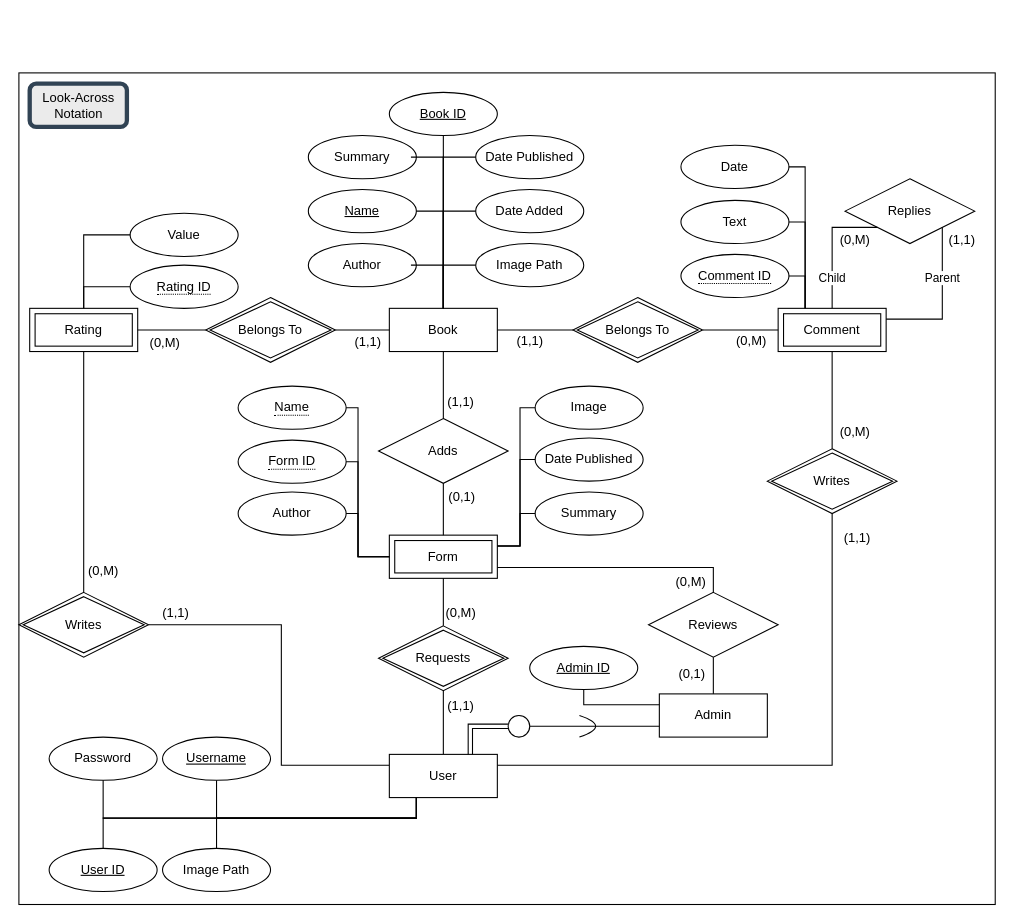
The draw.io diagram BDB ERD.drawio in theinsurgentarchive/BDB, before the edit. Source tidied: cells renumbered, new cells numbered last; positions are measured from the earlier drawing's top-left corner, leaving out a move shared by most shapes. Both pictures are drawn from the tidied source at 108%, with x=0, y=0 at pixel (18, 72).
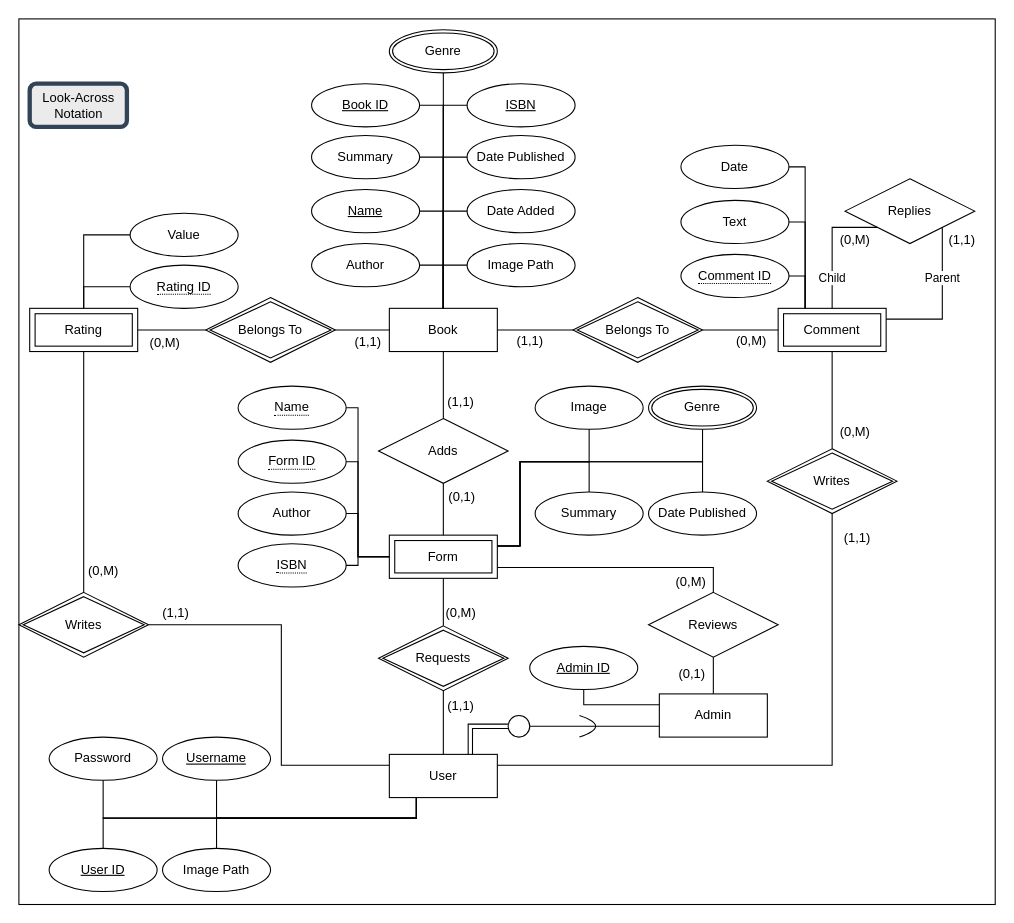
The same page after the edit.

Commit message (it also covers changes not shown here):
Added ISBN to ERD and RM, Added Genre to ERD and RM

The change refers to these unchanged cells:
```xml
<mxCell id="3" value="&lt;div&gt;Book&lt;/div&gt;" style="whiteSpace=wrap;html=1;align=center;" parent="1" vertex="1">
  <mxGeometry x="343" y="218" width="100" height="40" as="geometry" />
</mxCell>
<mxCell id="23" value="Form" style="shape=ext;margin=3;double=1;whiteSpace=wrap;html=1;align=center;" parent="1" vertex="1">
  <mxGeometry x="343" y="428" width="100" height="40" as="geometry" />
</mxCell>
<mxCell id="32" value="Image" style="ellipse;whiteSpace=wrap;html=1;align=center;" parent="1" vertex="1">
  <mxGeometry x="478" y="290" width="100" height="40" as="geometry" />
</mxCell>
<mxCell id="36" value="Summary" style="ellipse;whiteSpace=wrap;html=1;align=center;" parent="1" vertex="1">
  <mxGeometry x="478" y="388" width="100" height="40" as="geometry" />
</mxCell>
```

Change to the diagram source:
```diff
@@
     <mxCell id="2" style="rounded=0;whiteSpace=wrap;html=1;" parent="1" vertex="1">
-      <mxGeometry width="904" height="770" as="geometry" />
+      <mxGeometry y="-50" width="904" height="820" as="geometry" />
     </mxCell>
@@
-    <mxCell id="4" style="edgeStyle=orthogonalEdgeStyle;rounded=0;jettySize=auto;html=1;exitX=1;exitY=0.5;exitDx=0;exitDy=0;entryX=0.5;entryY=0;entryDx=0;entryDy=0;endArrow=none;endFill=0;" parent="1" edge="1" target="3">
-      <mxGeometry relative="1" as="geometry">
-        <mxPoint x="363" y="128" as="sourcePoint" />
-        <Array as="points">
-          <mxPoint x="393" y="128" />
-        </Array>
-      </mxGeometry>
-    </mxCell>
     <mxCell id="5" value="Name" style="ellipse;whiteSpace=wrap;html=1;align=center;fontStyle=4;" parent="1" vertex="1">
-      <mxGeometry x="268" y="108" width="100" height="40" as="geometry" />
+      <mxGeometry x="271" y="108" width="100" height="40" as="geometry" />
     </mxCell>
     <mxCell id="6" value="&lt;div&gt;Author&lt;/div&gt;" style="ellipse;whiteSpace=wrap;html=1;align=center;" parent="1" vertex="1">
-      <mxGeometry x="268" y="158" width="100" height="40" as="geometry" />
+      <mxGeometry x="271" y="158" width="100" height="40" as="geometry" />
     </mxCell>
     <mxCell id="7" value="Date Added" style="ellipse;whiteSpace=wrap;html=1;align=center;" parent="1" vertex="1">
-      <mxGeometry x="423" y="108" width="100" height="40" as="geometry" />
+      <mxGeometry x="415" y="108" width="100" height="40" as="geometry" />
     </mxCell>
-    <mxCell id="8" style="edgeStyle=orthogonalEdgeStyle;rounded=0;jettySize=auto;html=1;exitX=1;exitY=0.5;exitDx=0;exitDy=0;entryX=0.5;entryY=0;entryDx=0;entryDy=0;endArrow=none;endFill=0;" parent="1" edge="1" target="3">
-      <mxGeometry relative="1" as="geometry">
-        <mxPoint x="363" y="178" as="sourcePoint" />
-        <Array as="points">
-          <mxPoint x="393" y="178" />
-        </Array>
-      </mxGeometry>
-    </mxCell>
-    <mxCell id="9" style="edgeStyle=orthogonalEdgeStyle;rounded=0;jettySize=auto;html=1;endArrow=none;endFill=0;entryX=0.5;entryY=0;entryDx=0;entryDy=0;exitX=0;exitY=0.5;exitDx=0;exitDy=0;" parent="1" edge="1" source="7" target="3">
-      <mxGeometry relative="1" as="geometry">
-        <Array as="points">
-          <mxPoint x="393" y="128" />
-        </Array>
-      </mxGeometry>
-    </mxCell>
     <mxCell id="10" value="Image Path" style="ellipse;whiteSpace=wrap;html=1;align=center;" parent="1" vertex="1">
-      <mxGeometry x="423" y="158" width="100" height="40" as="geometry" />
+      <mxGeometry x="415" y="158" width="100" height="40" as="geometry" />
     </mxCell>
@@
     <mxCell id="35" value="Date Published" style="ellipse;whiteSpace=wrap;html=1;align=center;" parent="1" vertex="1">
-      <mxGeometry x="478" y="338" width="100" height="40" as="geometry" />
+      <mxGeometry x="583" y="388" width="100" height="40" as="geometry" />
     </mxCell>
@@
     <mxCell id="37" value="&lt;div&gt;Summary&lt;/div&gt;" style="ellipse;whiteSpace=wrap;html=1;align=center;" parent="1" vertex="1">
-      <mxGeometry x="268" y="58" width="100" height="40" as="geometry" />
+      <mxGeometry x="271" y="58" width="100" height="40" as="geometry" />
     </mxCell>
-    <mxCell id="38" style="endArrow=none;html=1;rounded=0;exitX=0.5;exitY=0;exitDx=0;exitDy=0;entryX=1;entryY=0.5;entryDx=0;entryDy=0;" parent="1" edge="1" source="3">
-      <mxGeometry relative="1" as="geometry">
-        <mxPoint x="363" y="78" as="targetPoint" />
-        <Array as="points">
-          <mxPoint x="393" y="78" />
-        </Array>
-      </mxGeometry>
-    </mxCell>
@@
     <mxCell id="40" value="Date Published" style="ellipse;whiteSpace=wrap;html=1;align=center;" parent="1" vertex="1">
-      <mxGeometry x="423" y="58" width="100" height="40" as="geometry" />
+      <mxGeometry x="415" y="58" width="100" height="40" as="geometry" />
     </mxCell>
-    <mxCell id="41" style="endArrow=none;html=1;rounded=0;exitX=0.5;exitY=0;exitDx=0;exitDy=0;entryX=0;entryY=0.5;entryDx=0;entryDy=0;" parent="1" edge="1" source="3" target="40">
-      <mxGeometry relative="1" as="geometry">
-        <Array as="points">
-          <mxPoint x="393" y="78" />
-        </Array>
-      </mxGeometry>
-    </mxCell>
@@
     <mxCell id="73" value="&lt;div&gt;&lt;u&gt;Book ID&lt;/u&gt;&lt;/div&gt;" style="ellipse;whiteSpace=wrap;html=1;align=center;" parent="1" vertex="1">
-      <mxGeometry x="343" y="18" width="100" height="40" as="geometry" />
+      <mxGeometry x="271" y="10" width="100" height="40" as="geometry" />
     </mxCell>
-    <mxCell id="74" style="endArrow=none;html=1;rounded=0;exitX=0.5;exitY=0;exitDx=0;exitDy=0;entryX=0.5;entryY=1;entryDx=0;entryDy=0;" parent="1" edge="1" source="3" target="73">
-      <mxGeometry relative="1" as="geometry" />
-    </mxCell>
@@
-    <mxCell id="86" style="endArrow=none;html=1;rounded=0;exitX=0.5;exitY=0;exitDx=0;exitDy=0;entryX=0;entryY=0.5;entryDx=0;entryDy=0;" parent="1" edge="1" source="3" target="10">
-      <mxGeometry relative="1" as="geometry">
-        <Array as="points">
-          <mxPoint x="393" y="178" />
-        </Array>
-      </mxGeometry>
-    </mxCell>
@@
-    <mxCell id="93" style="endArrow=none;html=1;rounded=0;exitX=1;exitY=0.25;exitDx=0;exitDy=0;entryX=0;entryY=0.5;entryDx=0;entryDy=0;" parent="1" edge="1" source="23" target="36">
+    <mxCell id="93" style="endArrow=none;html=1;rounded=0;exitX=1;exitY=0.25;exitDx=0;exitDy=0;entryX=0.5;entryY=0;entryDx=0;entryDy=0;" parent="1" edge="1" source="23" target="36">
       <mxGeometry relative="1" as="geometry">
         <Array as="points">
           <mxPoint x="464" y="438" />
-          <mxPoint x="464" y="408" />
+          <mxPoint x="464" y="360" />
+          <mxPoint x="528" y="360" />
         </Array>
       </mxGeometry>
     </mxCell>
-    <mxCell id="94" style="endArrow=none;html=1;rounded=0;exitX=0;exitY=0.5;exitDx=0;exitDy=0;entryX=1;entryY=0.25;entryDx=0;entryDy=0;" parent="1" edge="1" source="32" target="23">
+    <mxCell id="94" style="endArrow=none;html=1;rounded=0;exitX=0.5;exitY=1;exitDx=0;exitDy=0;entryX=1;entryY=0.25;entryDx=0;entryDy=0;" parent="1" edge="1" source="32" target="23">
       <mxGeometry relative="1" as="geometry">
         <Array as="points">
-          <mxPoint x="464" y="310" />
+          <mxPoint x="528" y="360" />
+          <mxPoint x="464" y="360" />
           <mxPoint x="464" y="438" />
         </Array>
       </mxGeometry>
     </mxCell>
-    <mxCell id="95" style="endArrow=none;html=1;rounded=0;exitX=0;exitY=0.5;exitDx=0;exitDy=0;entryX=1;entryY=0.25;entryDx=0;entryDy=0;" parent="1" edge="1" source="35" target="23">
+    <mxCell id="95" style="endArrow=none;html=1;rounded=0;exitX=0.5;exitY=0;exitDx=0;exitDy=0;entryX=1;entryY=0.25;entryDx=0;entryDy=0;" parent="1" edge="1" source="35" target="23">
       <mxGeometry relative="1" as="geometry">
         <Array as="points">
-          <mxPoint x="464" y="358" />
+          <mxPoint x="633" y="360" />
+          <mxPoint x="464" y="360" />
           <mxPoint x="464" y="438" />
         </Array>
       </mxGeometry>
     </mxCell>
@@
+    <mxCell id="100" value="&lt;div&gt;&lt;u&gt;ISBN&lt;/u&gt;&lt;/div&gt;" style="ellipse;whiteSpace=wrap;html=1;align=center;" parent="1" vertex="1">
+      <mxGeometry x="415" y="10" width="100" height="40" as="geometry" />
+    </mxCell>
+    <mxCell id="101" value="&lt;span style=&quot;border-bottom: 1px dotted&quot;&gt;ISBN&lt;/span&gt;" style="ellipse;whiteSpace=wrap;html=1;align=center;" parent="1" vertex="1">
+      <mxGeometry x="203" y="436" width="100" height="40" as="geometry" />
+    </mxCell>
+    <mxCell id="102" style="endArrow=none;html=1;rounded=0;exitX=1;exitY=0.5;exitDx=0;exitDy=0;entryX=0;entryY=0.5;entryDx=0;entryDy=0;" parent="1" edge="1" source="101" target="23">
+      <mxGeometry relative="1" as="geometry">
+        <Array as="points">
+          <mxPoint x="314" y="456" />
+          <mxPoint x="314" y="448" />
+        </Array>
+      </mxGeometry>
+    </mxCell>
+    <mxCell id="103" style="endArrow=none;html=1;rounded=0;exitX=1;exitY=0.5;exitDx=0;exitDy=0;entryX=0.5;entryY=0;entryDx=0;entryDy=0;" parent="1" edge="1" source="73" target="3">
+      <mxGeometry relative="1" as="geometry">
+        <Array as="points">
+          <mxPoint x="393" y="30" />
+        </Array>
+      </mxGeometry>
+    </mxCell>
+    <mxCell id="104" style="endArrow=none;html=1;rounded=0;exitX=0;exitY=0.5;exitDx=0;exitDy=0;entryX=0.5;entryY=0;entryDx=0;entryDy=0;" parent="1" edge="1" source="100" target="3">
+      <mxGeometry relative="1" as="geometry">
+        <Array as="points">
+          <mxPoint x="393" y="30" />
+        </Array>
+      </mxGeometry>
+    </mxCell>
+    <mxCell id="105" style="endArrow=none;html=1;rounded=0;exitX=1;exitY=0.5;exitDx=0;exitDy=0;entryX=0.5;entryY=0;entryDx=0;entryDy=0;" parent="1" edge="1" source="37" target="3">
+      <mxGeometry relative="1" as="geometry">
+        <Array as="points">
+          <mxPoint x="393" y="78" />
+        </Array>
+      </mxGeometry>
+    </mxCell>
+    <mxCell id="106" style="endArrow=none;html=1;rounded=0;exitX=0;exitY=0.5;exitDx=0;exitDy=0;entryX=0.5;entryY=0;entryDx=0;entryDy=0;" parent="1" edge="1" source="40" target="3">
+      <mxGeometry relative="1" as="geometry">
+        <Array as="points">
+          <mxPoint x="393" y="78" />
+        </Array>
+      </mxGeometry>
+    </mxCell>
+    <mxCell id="107" style="endArrow=none;html=1;rounded=0;exitX=1;exitY=0.5;exitDx=0;exitDy=0;entryX=0.5;entryY=0;entryDx=0;entryDy=0;" parent="1" edge="1" source="5" target="3">
+      <mxGeometry relative="1" as="geometry">
+        <Array as="points">
+          <mxPoint x="393" y="128" />
+        </Array>
+      </mxGeometry>
+    </mxCell>
+    <mxCell id="9" style="endArrow=none;html=1;rounded=0;exitX=0;exitY=0.5;exitDx=0;exitDy=0;entryX=0.5;entryY=0;entryDx=0;entryDy=0;" parent="1" edge="1" source="7" target="3">
+      <mxGeometry relative="1" as="geometry">
+        <Array as="points">
+          <mxPoint x="393" y="128" />
+        </Array>
+      </mxGeometry>
+    </mxCell>
+    <mxCell id="108" style="endArrow=none;html=1;rounded=0;exitX=0;exitY=0.5;exitDx=0;exitDy=0;entryX=0.5;entryY=0;entryDx=0;entryDy=0;" parent="1" edge="1" source="10" target="3">
+      <mxGeometry relative="1" as="geometry">
+        <Array as="points">
+          <mxPoint x="393" y="178" />
+        </Array>
+      </mxGeometry>
+    </mxCell>
+    <mxCell id="109" style="endArrow=none;html=1;rounded=0;exitX=1;exitY=0.5;exitDx=0;exitDy=0;entryX=0.5;entryY=0;entryDx=0;entryDy=0;" parent="1" edge="1" source="6" target="3">
+      <mxGeometry relative="1" as="geometry">
+        <Array as="points">
+          <mxPoint x="393" y="178" />
+        </Array>
+      </mxGeometry>
+    </mxCell>
+    <mxCell id="110" value="Genre" style="ellipse;shape=doubleEllipse;margin=3;whiteSpace=wrap;html=1;align=center;" parent="1" vertex="1">
+      <mxGeometry x="583" y="290" width="100" height="40" as="geometry" />
+    </mxCell>
+    <mxCell id="111" style="endArrow=none;html=1;rounded=0;exitX=1;exitY=0.25;exitDx=0;exitDy=0;entryX=0.5;entryY=1;entryDx=0;entryDy=0;" parent="1" edge="1" source="23" target="110">
+      <mxGeometry relative="1" as="geometry">
+        <Array as="points">
+          <mxPoint x="464" y="438" />
+          <mxPoint x="464" y="360" />
+          <mxPoint x="633" y="360" />
+        </Array>
+      </mxGeometry>
+    </mxCell>
+    <mxCell id="112" value="Genre" style="ellipse;shape=doubleEllipse;margin=3;whiteSpace=wrap;html=1;align=center;" parent="1" vertex="1">
+      <mxGeometry x="343" y="-40" width="100" height="40" as="geometry" />
+    </mxCell>
+    <mxCell id="113" style="endArrow=none;html=1;rounded=0;exitX=0.5;exitY=1;exitDx=0;exitDy=0;entryX=0.5;entryY=0;entryDx=0;entryDy=0;" parent="1" edge="1" source="112" target="3">
+      <mxGeometry relative="1" as="geometry" />
+    </mxCell>
```
